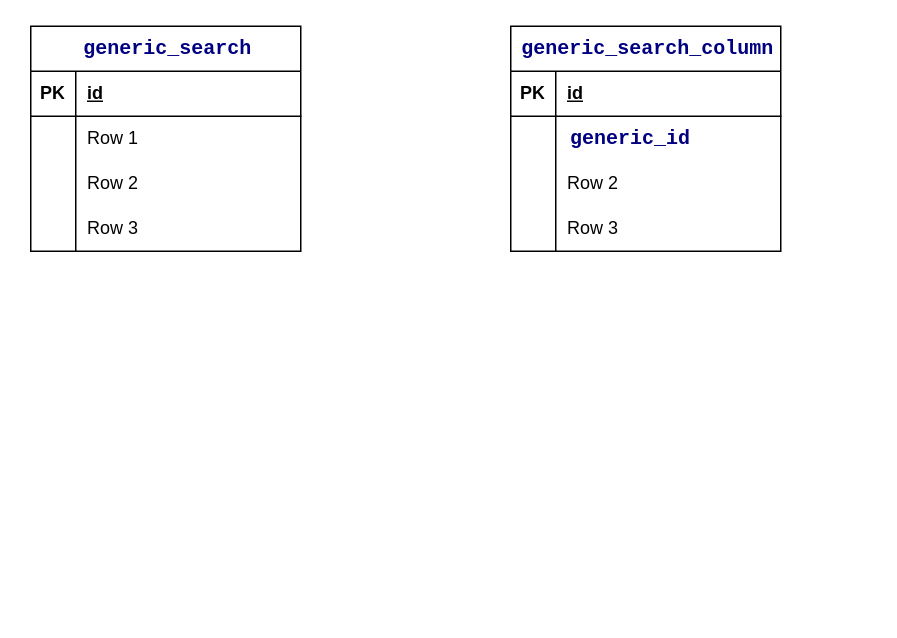
This is 通用查询表关系.drawio from DongRuihua/draw, a draw.io file, before an edit. Source tidied: cells renumbered, new cells numbered last; positions are measured from the earlier drawing's top-left corner, leaving out a move shared by most shapes. Both pictures are drawn from the tidied source at 150%, with x=0, y=0 at pixel (30, 26).
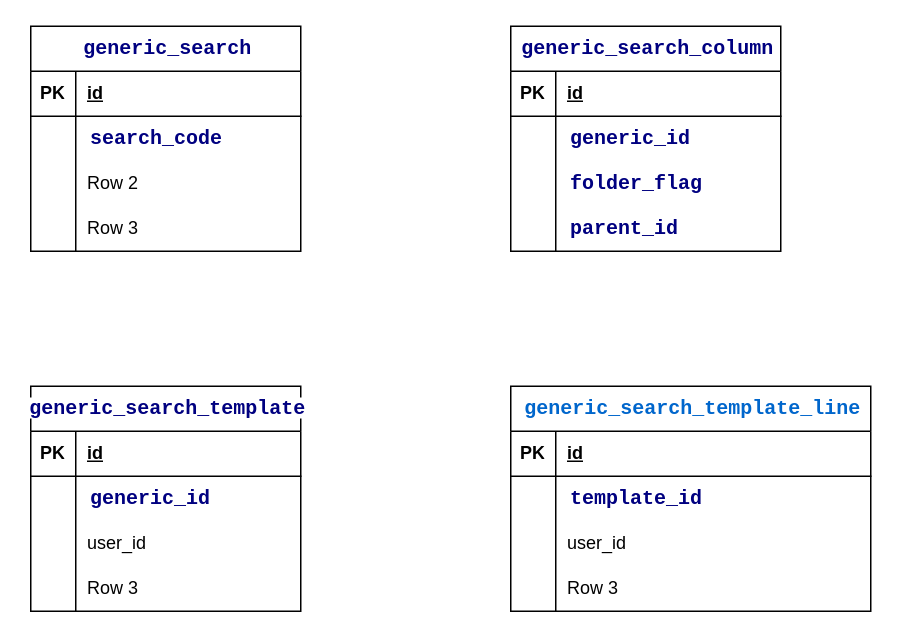
The same page after the edit.

Commit message:
更新通用查询表关系.drawio

The change refers to these unchanged cells:
```xml
<mxCell id="6" style="shape=tableRow;horizontal=0;startSize=0;swimlaneHead=0;swimlaneBody=0;fillColor=none;top=0;left=0;right=0;bottom=0;" parent="2" vertex="1">
  <mxGeometry y="60" width="180" height="30" as="geometry" />
</mxCell>
<mxCell id="22" style="shape=tableRow;horizontal=0;startSize=0;swimlaneHead=0;swimlaneBody=0;fillColor=none;top=0;left=0;right=0;bottom=0;" parent="15" vertex="1">
  <mxGeometry y="90" width="180" height="30" as="geometry" />
</mxCell>
<mxCell id="25" style="shape=tableRow;horizontal=0;startSize=0;swimlaneHead=0;swimlaneBody=0;fillColor=none;top=0;left=0;right=0;bottom=0;" parent="15" vertex="1">
  <mxGeometry y="120" width="180" height="30" as="geometry" />
</mxCell>
```

Diff of the diagram source:
```diff
@@
-    <mxCell id="8" value="Row 1" style="shape=partialRectangle;fillColor=none;top=0;left=0;bottom=0;right=0;align=left;spacingLeft=6;overflow=hidden;whiteSpace=wrap;html=1;" parent="6" vertex="1">
+    <mxCell id="8" value="&lt;span style=&quot;background-color:#ffffff;padding:0px 0px 0px 2px;&quot;&gt;&lt;span style=&quot;font-family: Consolas; font-size: 10pt; white-space: pre;&quot;&gt;&lt;span style=&quot;color:#000080;font-weight:bold;&quot;&gt;search_code&lt;/span&gt;&lt;/span&gt;&lt;/span&gt;" style="shape=partialRectangle;fillColor=none;top=0;left=0;bottom=0;right=0;align=left;spacingLeft=6;overflow=hidden;whiteSpace=wrap;html=1;" parent="6" vertex="1">
       <mxGeometry x="30" width="150" height="30" as="geometry" />
     </mxCell>
@@
-    <mxCell id="24" value="Row 2" style="shape=partialRectangle;fillColor=none;top=0;left=0;bottom=0;right=0;align=left;spacingLeft=6;overflow=hidden;whiteSpace=wrap;html=1;" parent="22" vertex="1">
+    <mxCell id="24" value="&lt;span style=&quot;background-color:#ffffff;padding:0px 0px 0px 2px;&quot;&gt;&lt;span style=&quot;font-family: Consolas; font-size: 10pt; white-space: pre;&quot;&gt;&lt;span style=&quot;color:#000080;font-weight:bold;&quot;&gt;folder_flag&lt;/span&gt;&lt;/span&gt;&lt;/span&gt;" style="shape=partialRectangle;fillColor=none;top=0;left=0;bottom=0;right=0;align=left;spacingLeft=6;overflow=hidden;whiteSpace=wrap;html=1;" parent="22" vertex="1">
       <mxGeometry x="30" width="150" height="30" as="geometry" />
     </mxCell>
@@
-    <mxCell id="27" value="Row 3" style="shape=partialRectangle;fillColor=none;top=0;left=0;bottom=0;right=0;align=left;spacingLeft=6;overflow=hidden;whiteSpace=wrap;html=1;" parent="25" vertex="1">
+    <mxCell id="27" value="&lt;span style=&quot;background-color:#ffffff;padding:0px 0px 0px 2px;&quot;&gt;&lt;span style=&quot;font-family: Consolas; font-size: 10pt; white-space: pre;&quot;&gt;&lt;span style=&quot;color:#000080;font-weight:bold;&quot;&gt;parent_id&lt;/span&gt;&lt;/span&gt;&lt;/span&gt;" style="shape=partialRectangle;fillColor=none;top=0;left=0;bottom=0;right=0;align=left;spacingLeft=6;overflow=hidden;whiteSpace=wrap;html=1;" parent="25" vertex="1">
       <mxGeometry x="30" width="150" height="30" as="geometry" />
     </mxCell>
+    <mxCell id="28" value="&lt;span style=&quot;background-color:#ffffff;padding:0px 0px 0px 2px;&quot;&gt;&lt;span style=&quot;font-family: Consolas; font-size: 10pt; white-space-collapse: preserve;&quot;&gt;&lt;span style=&quot;color: rgb(0, 0, 128);&quot;&gt;generic_search_template&lt;/span&gt;&lt;/span&gt;&lt;/span&gt;" style="shape=table;startSize=30;childLayout=tableLayout;rowLines=0;fontStyle=1;align=center;html=1;" parent="1" vertex="1">
+      <mxGeometry y="240" width="180" height="150" as="geometry" />
+    </mxCell>
+    <mxCell id="29" style="shape=tableRow;horizontal=0;startSize=0;swimlaneHead=0;swimlaneBody=0;fillColor=none;top=0;left=0;right=0;bottom=1;" parent="28" vertex="1">
+      <mxGeometry y="30" width="180" height="30" as="geometry" />
+    </mxCell>
+    <mxCell id="30" value="PK" style="shape=partialRectangle;fillColor=none;top=0;left=0;bottom=0;right=0;fontStyle=1;overflow=hidden;whiteSpace=wrap;html=1;" parent="29" vertex="1">
+      <mxGeometry width="30" height="30" as="geometry" />
+    </mxCell>
+    <mxCell id="31" value="id" style="shape=partialRectangle;fillColor=none;top=0;left=0;bottom=0;right=0;align=left;spacingLeft=6;fontStyle=5;overflow=hidden;whiteSpace=wrap;html=1;" parent="29" vertex="1">
+      <mxGeometry x="30" width="150" height="30" as="geometry" />
+    </mxCell>
+    <mxCell id="32" style="shape=tableRow;horizontal=0;startSize=0;swimlaneHead=0;swimlaneBody=0;fillColor=none;top=0;left=0;right=0;bottom=0;" parent="28" vertex="1">
+      <mxGeometry y="60" width="180" height="30" as="geometry" />
+    </mxCell>
+    <mxCell id="33" style="shape=partialRectangle;fillColor=none;top=0;left=0;bottom=0;right=0;overflow=hidden;whiteSpace=wrap;html=1;" parent="32" vertex="1">
+      <mxGeometry width="30" height="30" as="geometry" />
+    </mxCell>
+    <mxCell id="34" value="&lt;span style=&quot;background-color:#ffffff;padding:0px 0px 0px 2px;&quot;&gt;&lt;span style=&quot;font-family: Consolas; font-size: 10pt; white-space: pre;&quot;&gt;&lt;span style=&quot;color:#000080;font-weight:bold;&quot;&gt;generic_id&lt;/span&gt;&lt;/span&gt;&lt;/span&gt;" style="shape=partialRectangle;fillColor=none;top=0;left=0;bottom=0;right=0;align=left;spacingLeft=6;overflow=hidden;whiteSpace=wrap;html=1;" parent="32" vertex="1">
+      <mxGeometry x="30" width="150" height="30" as="geometry" />
+    </mxCell>
+    <mxCell id="35" style="shape=tableRow;horizontal=0;startSize=0;swimlaneHead=0;swimlaneBody=0;fillColor=none;top=0;left=0;right=0;bottom=0;" parent="28" vertex="1">
+      <mxGeometry y="90" width="180" height="30" as="geometry" />
+    </mxCell>
+    <mxCell id="36" style="shape=partialRectangle;fillColor=none;top=0;left=0;bottom=0;right=0;overflow=hidden;whiteSpace=wrap;html=1;" parent="35" vertex="1">
+      <mxGeometry width="30" height="30" as="geometry" />
+    </mxCell>
+    <mxCell id="37" value="user_id" style="shape=partialRectangle;fillColor=none;top=0;left=0;bottom=0;right=0;align=left;spacingLeft=6;overflow=hidden;whiteSpace=wrap;html=1;" parent="35" vertex="1">
+      <mxGeometry x="30" width="150" height="30" as="geometry" />
+    </mxCell>
+    <mxCell id="38" style="shape=tableRow;horizontal=0;startSize=0;swimlaneHead=0;swimlaneBody=0;fillColor=none;top=0;left=0;right=0;bottom=0;" parent="28" vertex="1">
+      <mxGeometry y="120" width="180" height="30" as="geometry" />
+    </mxCell>
+    <mxCell id="39" style="shape=partialRectangle;fillColor=none;top=0;left=0;bottom=0;right=0;overflow=hidden;whiteSpace=wrap;html=1;" parent="38" vertex="1">
+      <mxGeometry width="30" height="30" as="geometry" />
+    </mxCell>
+    <mxCell id="40" value="Row 3" style="shape=partialRectangle;fillColor=none;top=0;left=0;bottom=0;right=0;align=left;spacingLeft=6;overflow=hidden;whiteSpace=wrap;html=1;" parent="38" vertex="1">
+      <mxGeometry x="30" width="150" height="30" as="geometry" />
+    </mxCell>
+    <mxCell id="41" value="&lt;span style=&quot;padding: 0px 0px 0px 2px;&quot;&gt;&lt;span style=&quot;font-family: Consolas; font-size: 10pt; white-space-collapse: preserve;&quot;&gt;&lt;span style=&quot;color: rgb(0, 102, 204); background-color: light-dark(#ffffff, var(--ge-dark-color, #121212)); text-decoration-color: rgb(0, 102, 204);&quot;&gt;generic_search_template_line&lt;/span&gt;&lt;/span&gt;&lt;/span&gt;" style="shape=table;startSize=30;childLayout=tableLayout;rowLines=0;fontStyle=1;align=center;html=1;" parent="1" vertex="1">
+      <mxGeometry x="320" y="240" width="240" height="150" as="geometry" />
+    </mxCell>
+    <mxCell id="42" style="shape=tableRow;horizontal=0;startSize=0;swimlaneHead=0;swimlaneBody=0;fillColor=none;top=0;left=0;right=0;bottom=1;" parent="41" vertex="1">
+      <mxGeometry y="30" width="240" height="30" as="geometry" />
+    </mxCell>
+    <mxCell id="43" value="PK" style="shape=partialRectangle;fillColor=none;top=0;left=0;bottom=0;right=0;fontStyle=1;overflow=hidden;whiteSpace=wrap;html=1;" parent="42" vertex="1">
+      <mxGeometry width="30" height="30" as="geometry" />
+    </mxCell>
+    <mxCell id="44" value="id" style="shape=partialRectangle;fillColor=none;top=0;left=0;bottom=0;right=0;align=left;spacingLeft=6;fontStyle=5;overflow=hidden;whiteSpace=wrap;html=1;" parent="42" vertex="1">
+      <mxGeometry x="30" width="210" height="30" as="geometry" />
+    </mxCell>
+    <mxCell id="45" style="shape=tableRow;horizontal=0;startSize=0;swimlaneHead=0;swimlaneBody=0;fillColor=none;top=0;left=0;right=0;bottom=0;" parent="41" vertex="1">
+      <mxGeometry y="60" width="240" height="30" as="geometry" />
+    </mxCell>
+    <mxCell id="46" style="shape=partialRectangle;fillColor=none;top=0;left=0;bottom=0;right=0;overflow=hidden;whiteSpace=wrap;html=1;" parent="45" vertex="1">
+      <mxGeometry width="30" height="30" as="geometry" />
+    </mxCell>
+    <mxCell id="47" value="&lt;span style=&quot;background-color:#ffffff;padding:0px 0px 0px 2px;&quot;&gt;&lt;span style=&quot;font-family: Consolas; font-size: 10pt; white-space: pre;&quot;&gt;&lt;span style=&quot;color:#000080;font-weight:bold;&quot;&gt;template_id&lt;/span&gt;&lt;/span&gt;&lt;/span&gt;" style="shape=partialRectangle;fillColor=none;top=0;left=0;bottom=0;right=0;align=left;spacingLeft=6;overflow=hidden;whiteSpace=wrap;html=1;" parent="45" vertex="1">
+      <mxGeometry x="30" width="210" height="30" as="geometry" />
+    </mxCell>
+    <mxCell id="48" style="shape=tableRow;horizontal=0;startSize=0;swimlaneHead=0;swimlaneBody=0;fillColor=none;top=0;left=0;right=0;bottom=0;" parent="41" vertex="1">
+      <mxGeometry y="90" width="240" height="30" as="geometry" />
+    </mxCell>
+    <mxCell id="49" style="shape=partialRectangle;fillColor=none;top=0;left=0;bottom=0;right=0;overflow=hidden;whiteSpace=wrap;html=1;" parent="48" vertex="1">
+      <mxGeometry width="30" height="30" as="geometry" />
+    </mxCell>
+    <mxCell id="50" value="user_id" style="shape=partialRectangle;fillColor=none;top=0;left=0;bottom=0;right=0;align=left;spacingLeft=6;overflow=hidden;whiteSpace=wrap;html=1;" parent="48" vertex="1">
+      <mxGeometry x="30" width="210" height="30" as="geometry" />
+    </mxCell>
+    <mxCell id="51" style="shape=tableRow;horizontal=0;startSize=0;swimlaneHead=0;swimlaneBody=0;fillColor=none;top=0;left=0;right=0;bottom=0;" parent="41" vertex="1">
+      <mxGeometry y="120" width="240" height="30" as="geometry" />
+    </mxCell>
+    <mxCell id="52" style="shape=partialRectangle;fillColor=none;top=0;left=0;bottom=0;right=0;overflow=hidden;whiteSpace=wrap;html=1;" parent="51" vertex="1">
+      <mxGeometry width="30" height="30" as="geometry" />
+    </mxCell>
+    <mxCell id="53" value="Row 3" style="shape=partialRectangle;fillColor=none;top=0;left=0;bottom=0;right=0;align=left;spacingLeft=6;overflow=hidden;whiteSpace=wrap;html=1;" parent="51" vertex="1">
+      <mxGeometry x="30" width="210" height="30" as="geometry" />
+    </mxCell>
```
